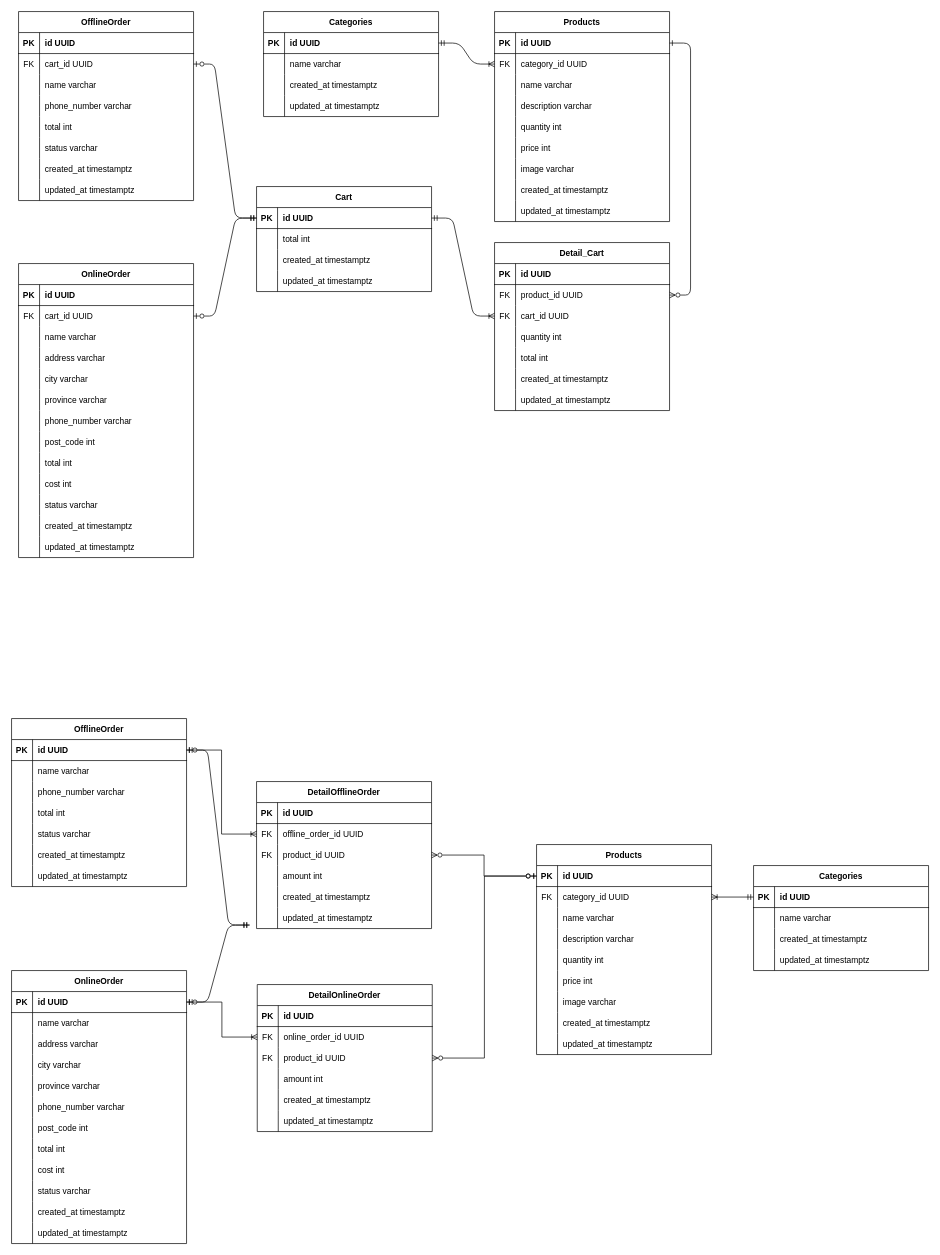
The draw.io diagram ERD-kopoksu.drawio in gemm123/kangpoksu, before the edit. Source tidied: cells renumbered, new cells numbered last; positions are measured from the earlier drawing's top-left corner, leaving out a move shared by most shapes. Both pictures are drawn from the tidied source at 70%, with x=0, y=0 at pixel (11, 11).
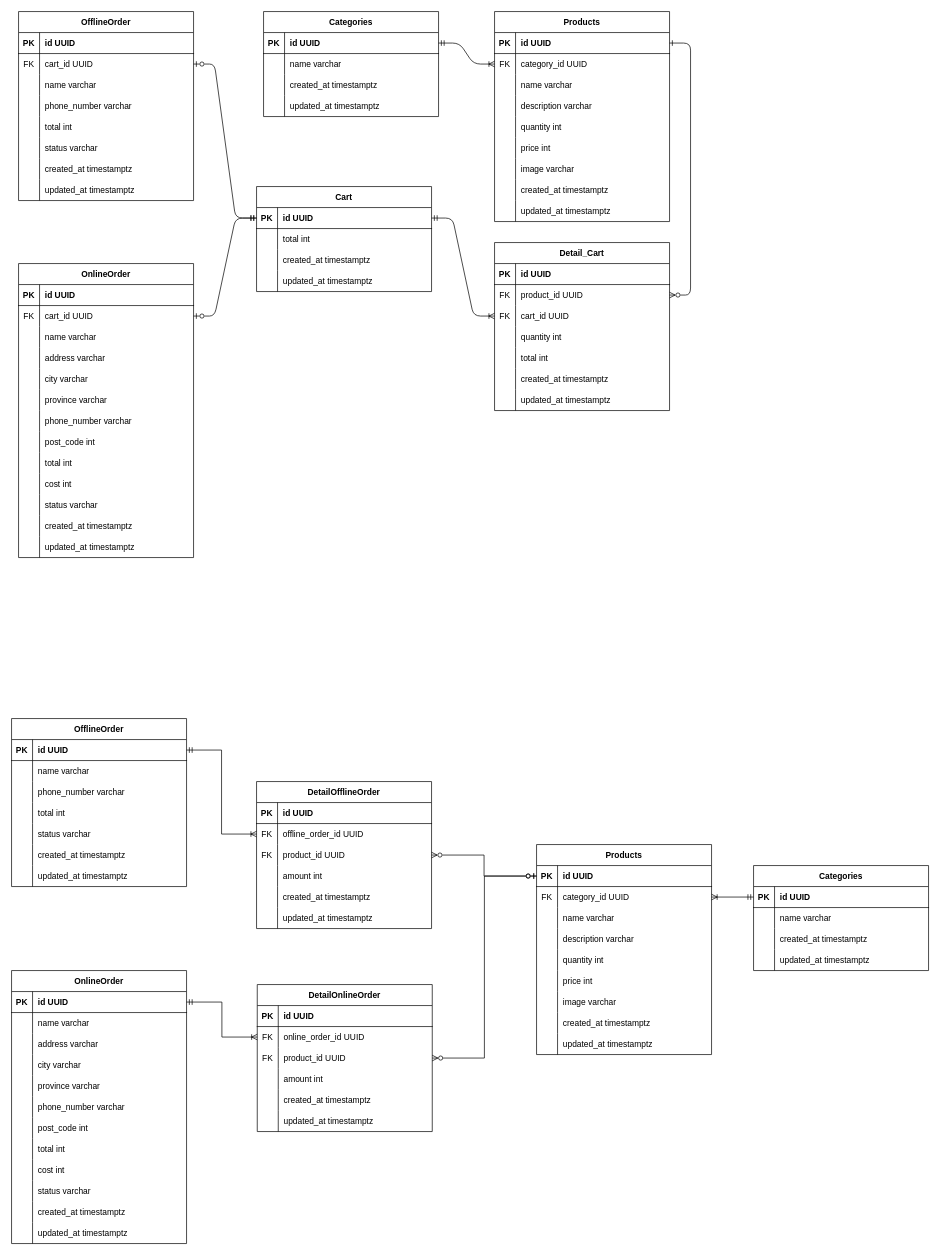
The same page after the edit.

The change refers to these unchanged cells:
```xml
<mxCell id="192" style="shape=partialRectangle;fillColor=none;points=[[0,0.5],[1,0.5]];portConstraint=eastwest;top=0;left=0;right=0;bottom=1;" parent="191" vertex="1">
  <mxGeometry y="30" width="250" height="30" as="geometry" />
</mxCell>
<mxCell id="214" style="shape=partialRectangle;fillColor=none;points=[[0,0.5],[1,0.5]];portConstraint=eastwest;top=0;left=0;right=0;bottom=1;" parent="213" vertex="1">
  <mxGeometry y="30" width="250" height="30" as="geometry" />
</mxCell>
```

What changed in the source:
```diff
@@
-    <mxCell id="250" style="edgeStyle=entityRelationEdgeStyle;endArrow=ERmandOne;startArrow=ERzeroToOne;endFill=0;startFill=0;exitX=1;exitY=0.5;exitDx=0;exitDy=0;entryX=0;entryY=0.5;entryDx=0;entryDy=0;" parent="1" edge="1" source="214">
-      <mxGeometry relative="1" as="geometry">
-        <mxPoint x="340" y="1305" as="targetPoint" />
-      </mxGeometry>
-    </mxCell>
-    <mxCell id="251" style="edgeStyle=entityRelationEdgeStyle;endArrow=ERmandOne;startArrow=ERzeroToOne;endFill=0;startFill=0;exitX=1;exitY=0.5;exitDx=0;exitDy=0;entryX=0;entryY=0.5;entryDx=0;entryDy=0;" parent="1" edge="1" source="192">
-      <mxGeometry relative="1" as="geometry">
-        <mxPoint x="340" y="1305" as="targetPoint" />
-      </mxGeometry>
-    </mxCell>
```
